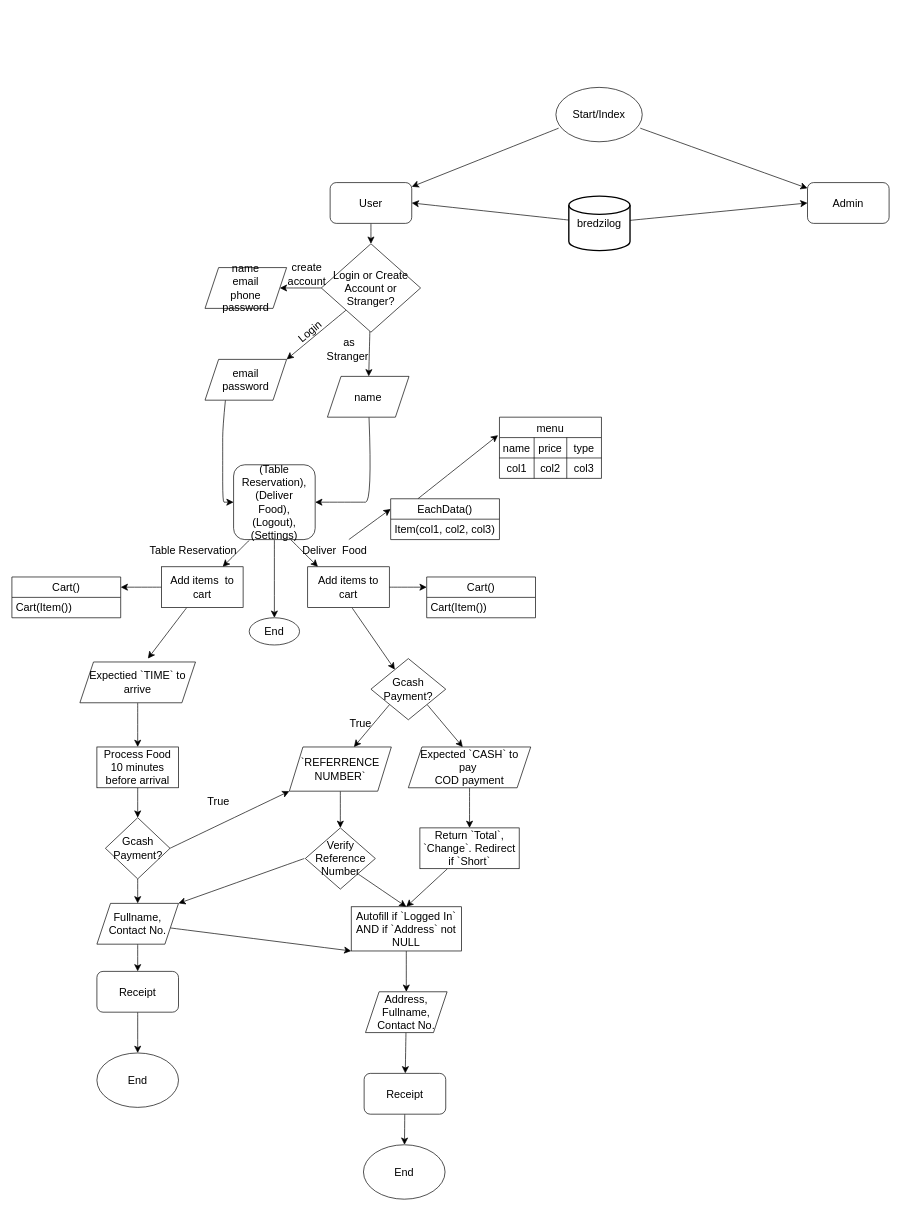
Earlier version of the draw.io diagram new-control-flow.drawio (inamonanymous/bredzilog). Source tidied: cells renumbered, new cells numbered last; positions are measured from the earlier drawing's top-left corner, leaving out a move shared by most shapes. Both pictures are drawn from the tidied source at 68%, with x=0, y=0 at pixel (12, 87).
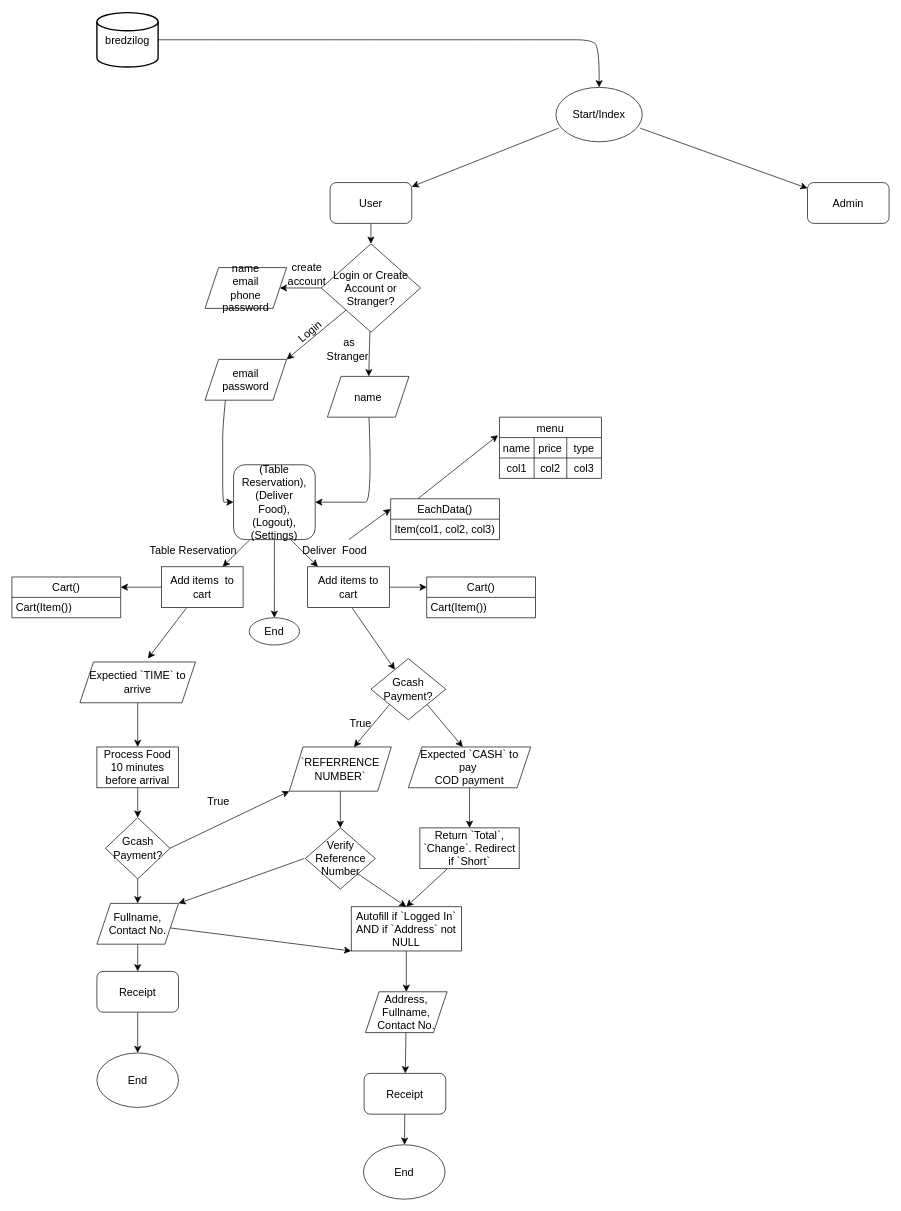
After the change.

Unchanged cells that the change refers to:
```xml
<mxCell id="5" value="User" style="rounded=1;whiteSpace=wrap;html=1;fontSize=16;labelBackgroundColor=none;" parent="1" vertex="1">
  <mxGeometry x="468" y="140" width="120" height="60" as="geometry" />
</mxCell>
<mxCell id="6" value="Admin" style="rounded=1;whiteSpace=wrap;html=1;fontSize=16;labelBackgroundColor=none;" parent="1" vertex="1">
  <mxGeometry x="1170" y="140" width="120" height="60" as="geometry" />
</mxCell>
<mxCell id="51" value="Start/Index" style="ellipse;whiteSpace=wrap;html=1;fontSize=16;" parent="1" vertex="1">
  <mxGeometry x="800" width="127" height="80" as="geometry" />
</mxCell>
```

Change to the diagram source:
```diff
@@
-    <mxCell id="66" style="edgeStyle=none;curved=1;rounded=0;jettySize=auto;html=1;entryX=1;entryY=0.5;entryDx=0;entryDy=0;fontSize=12;startSize=8;endSize=8;" parent="1" edge="1" source="68" target="5">
-      <mxGeometry relative="1" as="geometry" />
-    </mxCell>
-    <mxCell id="67" style="edgeStyle=none;curved=1;rounded=0;jettySize=auto;html=1;entryX=0;entryY=0.5;entryDx=0;entryDy=0;fontSize=12;startSize=8;endSize=8;" parent="1" edge="1" source="68" target="6">
-      <mxGeometry relative="1" as="geometry" />
-    </mxCell>
+    <mxCell id="87" style="edgeStyle=none;curved=1;rounded=0;jettySize=auto;html=1;fontSize=12;startSize=8;endSize=8;entryX=0.5;entryY=0;entryDx=0;entryDy=0;" parent="1" edge="1" source="68" target="51">
+      <mxGeometry relative="1" as="geometry">
+        <Array as="points">
+          <mxPoint x="560" y="-70" />
+          <mxPoint x="810" y="-70" />
+          <mxPoint x="850" y="-70" />
+          <mxPoint x="864" y="-60" />
+        </Array>
+      </mxGeometry>
+    </mxCell>
     <mxCell id="68" value="bredzilog" style="strokeWidth=2;html=1;shape=mxgraph.flowchart.database;whiteSpace=wrap;fontSize=16;" parent="1" vertex="1">
-      <mxGeometry x="819" y="160" width="90" height="80" as="geometry" />
+      <mxGeometry x="125" y="-110" width="90" height="80" as="geometry" />
     </mxCell>
```
